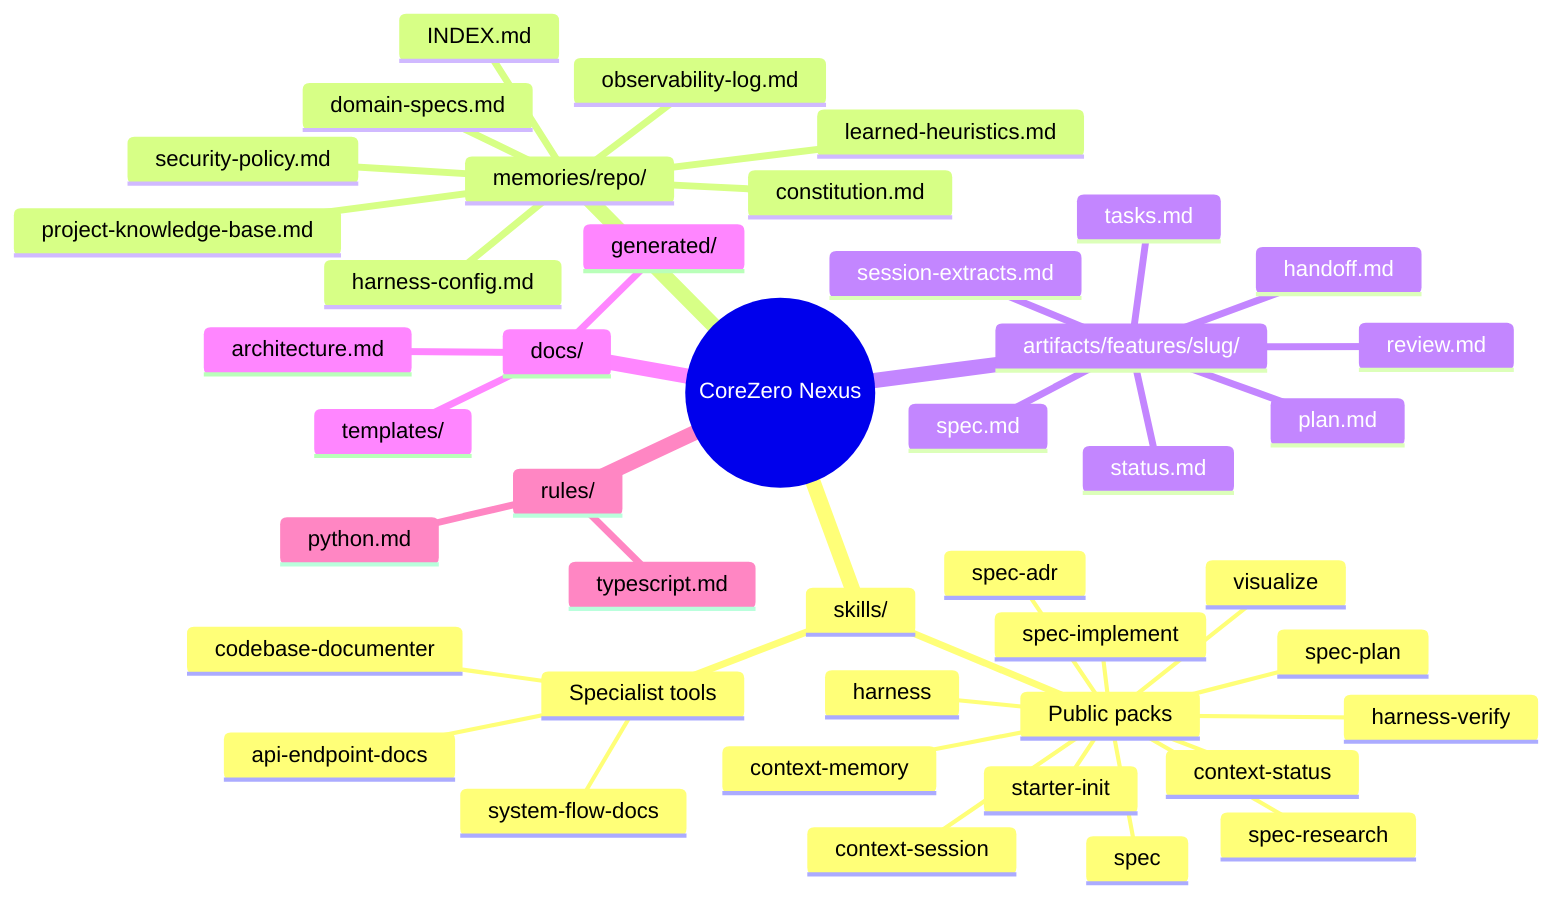
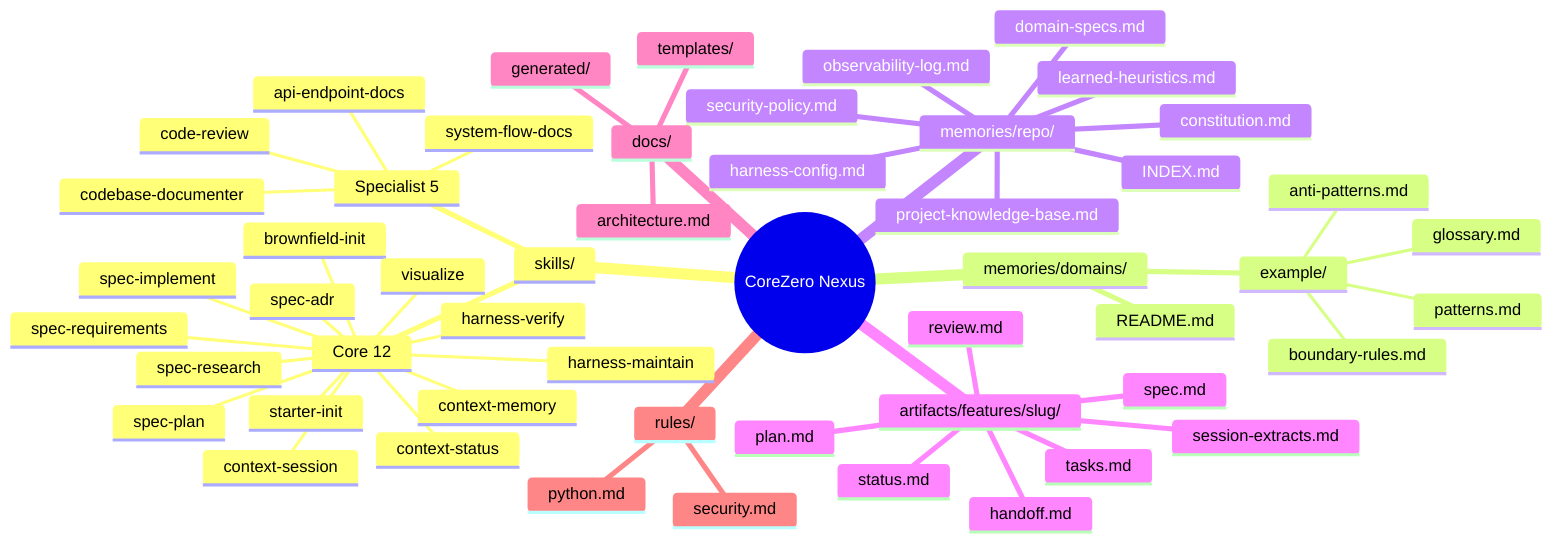
mindmap
  root((CoreZero Nexus))
    skills/
-       Public packs
+       Core 12
+         brownfield-init
        starter-init
        context-session
        context-status
        context-memory
        spec-research
-         spec
+         spec-requirements
+         spec-adr
        visualize
-         spec-adr
        spec-plan
        spec-implement
        harness-verify
-         harness
-       Specialist tools
+         harness-maintain
+       Specialist 5
+         code-review
        codebase-documenter
        system-flow-docs
        api-endpoint-docs
+     memories/domains/
+       README.md
+       example/
+         glossary.md
+         patterns.md
+         anti-patterns.md
+         boundary-rules.md
    memories/repo/
      INDEX.md
      constitution.md
      security-policy.md
      harness-config.md
      project-knowledge-base.md
      domain-specs.md
      learned-heuristics.md
      observability-log.md
    artifacts/features/slug/
      status.md
      spec.md
      plan.md
      tasks.md
      review.md
      handoff.md
      session-extracts.md
    docs/
      architecture.md
      templates/
      generated/
    rules/
      python.md
-       typescript.md
+       security.md
